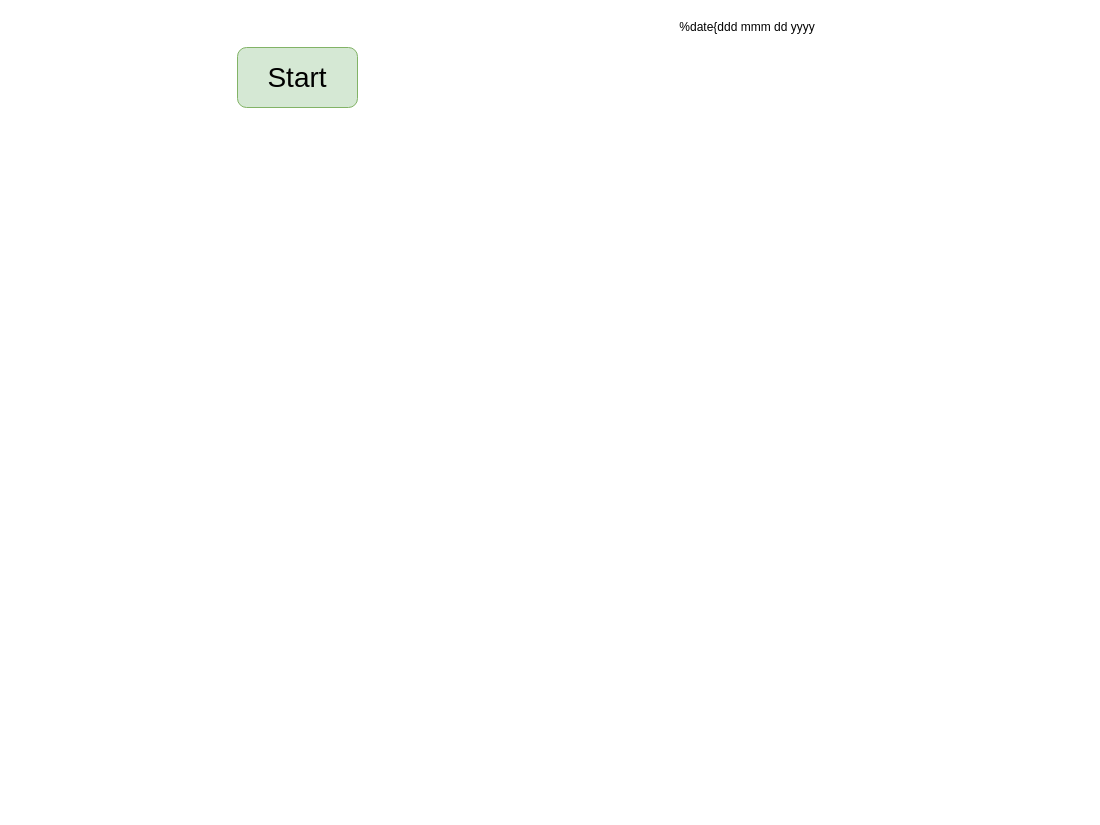
Before: media/Pack_Flow.drawio in Pshock13/shocklp, a draw.io diagram. Source tidied: cells renumbered, new cells numbered last; positions are measured from the earlier drawing's top-left corner, leaving out a move shared by most shapes. Both pictures are drawn from the tidied source at 100%, with x=0, y=0 at pixel (237, 17).
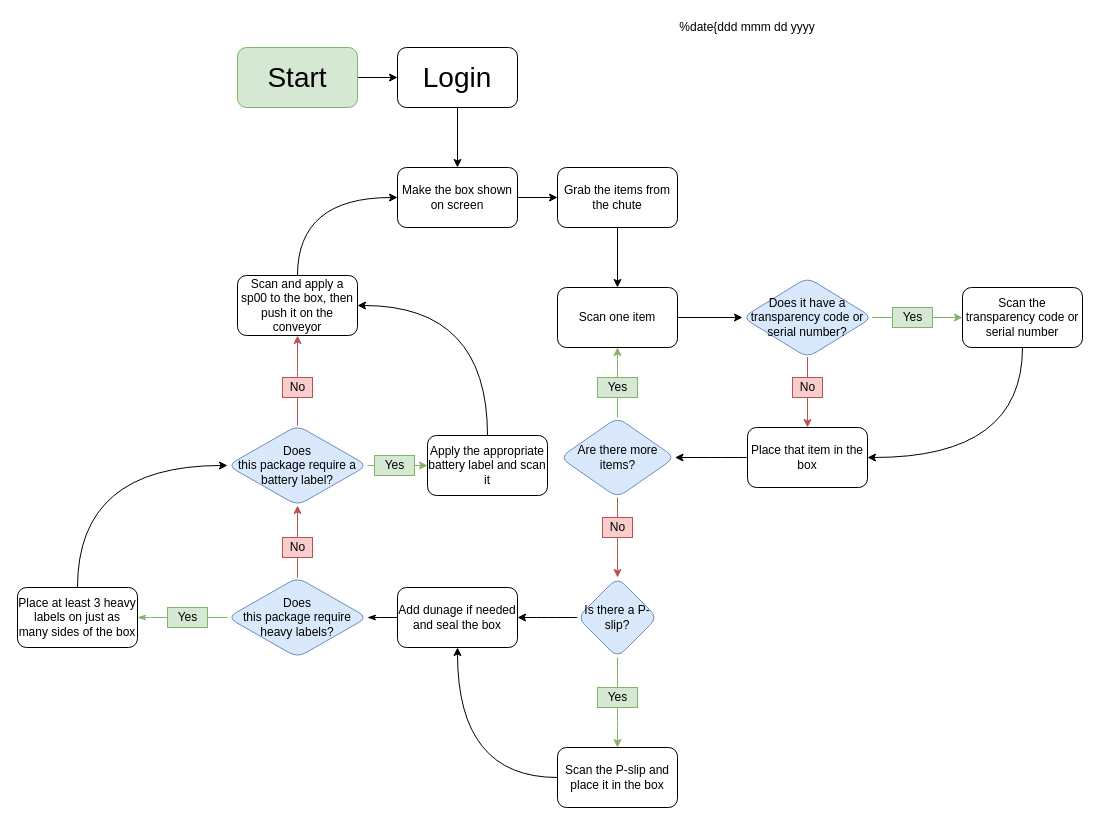
The same diagram, later.

Commit message:
Update Pack_Flow

The change refers to these unchanged cells:
```xml
<mxCell id="3" value="&lt;font style=&quot;font-size: 28px&quot;&gt;Start&lt;/font&gt;" style="rounded=1;whiteSpace=wrap;html=1;fillColor=#d5e8d4;strokeColor=#82b366;" parent="1" vertex="1">
  <mxGeometry y="30" width="120" height="60" as="geometry" />
</mxCell>
```

Diff of the diagram source:
```diff
@@
+    <mxCell id="4" style="edgeStyle=orthogonalEdgeStyle;rounded=0;jettySize=auto;html=1;" parent="1" edge="1" source="3" target="6">
+      <mxGeometry relative="1" as="geometry" />
+    </mxCell>
@@
+    <mxCell id="5" style="edgeStyle=orthogonalEdgeStyle;rounded=0;jettySize=auto;html=1;" parent="1" edge="1" source="6" target="8">
+      <mxGeometry relative="1" as="geometry" />
+    </mxCell>
+    <mxCell id="6" value="&lt;div style=&quot;font-size: 28px&quot;&gt;&lt;font style=&quot;font-size: 28px&quot;&gt;Login&lt;/font&gt;&lt;/div&gt;" style="rounded=1;whiteSpace=wrap;html=1;" parent="1" vertex="1">
+      <mxGeometry x="160" y="30" width="120" height="60" as="geometry" />
+    </mxCell>
+    <mxCell id="7" style="edgeStyle=orthogonalEdgeStyle;rounded=0;jettySize=auto;html=1;" parent="1" edge="1" source="8" target="10">
+      <mxGeometry relative="1" as="geometry" />
+    </mxCell>
+    <mxCell id="8" value="Make the box shown on screen" style="rounded=1;whiteSpace=wrap;html=1;" parent="1" vertex="1">
+      <mxGeometry x="160" y="150" width="120" height="60" as="geometry" />
+    </mxCell>
+    <mxCell id="9" style="edgeStyle=orthogonalEdgeStyle;rounded=0;jettySize=auto;html=1;" parent="1" edge="1" source="10" target="12">
+      <mxGeometry relative="1" as="geometry" />
+    </mxCell>
+    <mxCell id="10" value="Grab the items from the chute" style="rounded=1;whiteSpace=wrap;html=1;" parent="1" vertex="1">
+      <mxGeometry x="320" y="150" width="120" height="60" as="geometry" />
+    </mxCell>
+    <mxCell id="11" style="edgeStyle=orthogonalEdgeStyle;rounded=0;jettySize=auto;html=1;" parent="1" edge="1" source="12" target="15">
+      <mxGeometry relative="1" as="geometry" />
+    </mxCell>
+    <mxCell id="12" value="Scan one item" style="rounded=1;whiteSpace=wrap;html=1;" parent="1" vertex="1">
+      <mxGeometry x="320" y="270" width="120" height="60" as="geometry" />
+    </mxCell>
+    <mxCell id="13" style="edgeStyle=orthogonalEdgeStyle;rounded=0;jettySize=auto;html=1;fillColor=#f8cecc;strokeColor=#b85450;" parent="1" edge="1" source="18" target="17">
+      <mxGeometry relative="1" as="geometry" />
+    </mxCell>
+    <mxCell id="14" style="edgeStyle=orthogonalEdgeStyle;rounded=0;jettySize=auto;html=1;endArrow=classic;endFill=1;fillColor=#d5e8d4;strokeColor=#82b366;" parent="1" edge="1" source="21" target="20">
+      <mxGeometry relative="1" as="geometry" />
+    </mxCell>
+    <mxCell id="15" value="Does it have a transparency code or serial number?" style="rhombus;whiteSpace=wrap;html=1;rounded=1;fillColor=#dae8fc;strokeColor=#6c8ebf;" parent="1" vertex="1">
+      <mxGeometry x="505" y="260" width="130" height="80" as="geometry" />
+    </mxCell>
+    <mxCell id="16" style="edgeStyle=orthogonalEdgeStyle;curved=1;jettySize=auto;html=1;endArrow=classic;endFill=1;" parent="1" edge="1" source="17" target="26">
+      <mxGeometry relative="1" as="geometry" />
+    </mxCell>
+    <mxCell id="17" value="Place that item in the box" style="whiteSpace=wrap;html=1;rounded=1;" parent="1" vertex="1">
+      <mxGeometry x="510" y="410" width="120" height="60" as="geometry" />
+    </mxCell>
+    <mxCell id="18" value="&lt;div&gt;No&lt;/div&gt;" style="text;html=1;align=center;verticalAlign=middle;points=[];fillColor=#f8cecc;strokeColor=#b85450;" parent="1" vertex="1">
+      <mxGeometry x="555" y="360" width="30" height="20" as="geometry" />
+    </mxCell>
+    <mxCell id="19" style="edgeStyle=orthogonalEdgeStyle;rounded=0;jettySize=auto;html=1;endArrow=none;endFill=0;fillColor=#f8cecc;strokeColor=#b85450;" parent="1" edge="1" source="15" target="18">
+      <mxGeometry relative="1" as="geometry" />
+    </mxCell>
+    <mxCell id="20" value="Scan the transparency code or serial number" style="whiteSpace=wrap;html=1;rounded=1;" parent="1" vertex="1">
+      <mxGeometry x="725" y="270" width="120" height="60" as="geometry" />
+    </mxCell>
+    <mxCell id="21" value="Yes" style="text;html=1;align=center;verticalAlign=middle;points=[];fillColor=#d5e8d4;strokeColor=#82b366;" parent="1" vertex="1">
+      <mxGeometry x="655" y="290" width="40" height="20" as="geometry" />
+    </mxCell>
+    <mxCell id="22" style="edgeStyle=orthogonalEdgeStyle;rounded=0;jettySize=auto;html=1;endArrow=none;endFill=0;fillColor=#d5e8d4;strokeColor=#82b366;" parent="1" edge="1" source="15" target="21">
+      <mxGeometry relative="1" as="geometry" />
+    </mxCell>
+    <mxCell id="23" style="endArrow=classic;html=1;edgeStyle=orthogonalEdgeStyle;entryX=1;entryY=0.5;entryDx=0;entryDy=0;curved=1;" parent="1" edge="1" target="17">
+      <mxGeometry relative="1" as="geometry">
+        <mxPoint x="785" y="330" as="sourcePoint" />
+        <Array as="points">
+          <mxPoint x="785" y="440" />
+        </Array>
+      </mxGeometry>
+    </mxCell>
+    <mxCell id="24" style="edgeStyle=orthogonalEdgeStyle;curved=1;jettySize=auto;html=1;endArrow=classic;endFill=1;fillColor=#d5e8d4;strokeColor=#82b366;" parent="1" edge="1" source="27" target="12">
+      <mxGeometry relative="1" as="geometry" />
+    </mxCell>
+    <mxCell id="25" style="edgeStyle=orthogonalEdgeStyle;curved=1;jettySize=auto;html=1;endArrow=classic;endFill=1;fillColor=#f8cecc;strokeColor=#b85450;" parent="1" edge="1" source="32" target="31">
+      <mxGeometry relative="1" as="geometry" />
+    </mxCell>
+    <mxCell id="26" value="Are there more items?" style="rhombus;whiteSpace=wrap;html=1;rounded=1;fillColor=#dae8fc;strokeColor=#6c8ebf;" parent="1" vertex="1">
+      <mxGeometry x="322.5" y="400" width="115" height="80" as="geometry" />
+    </mxCell>
+    <mxCell id="27" value="Yes" style="text;html=1;align=center;verticalAlign=middle;points=[];fillColor=#d5e8d4;strokeColor=#82b366;" parent="1" vertex="1">
+      <mxGeometry x="360" y="360" width="40" height="20" as="geometry" />
+    </mxCell>
+    <mxCell id="28" style="edgeStyle=orthogonalEdgeStyle;curved=1;jettySize=auto;html=1;endArrow=none;endFill=0;fillColor=#d5e8d4;strokeColor=#82b366;" parent="1" edge="1" source="26" target="27">
+      <mxGeometry relative="1" as="geometry" />
+    </mxCell>
+    <mxCell id="29" style="edgeStyle=orthogonalEdgeStyle;curved=1;jettySize=auto;html=1;endArrow=classic;endFill=1;" parent="1" edge="1" source="31" target="35">
+      <mxGeometry relative="1" as="geometry" />
+    </mxCell>
+    <mxCell id="30" style="edgeStyle=orthogonalEdgeStyle;curved=1;jettySize=auto;html=1;endArrow=classic;endFill=1;fillColor=#d5e8d4;strokeColor=#82b366;" parent="1" edge="1" source="37" target="36">
+      <mxGeometry relative="1" as="geometry" />
+    </mxCell>
+    <mxCell id="31" value="Is there a P-slip?" style="rhombus;whiteSpace=wrap;html=1;rounded=1;strokeColor=#6c8ebf;fillColor=#dae8fc;" parent="1" vertex="1">
+      <mxGeometry x="340" y="560" width="80" height="80" as="geometry" />
+    </mxCell>
+    <mxCell id="32" value="&lt;div&gt;No&lt;/div&gt;" style="text;html=1;align=center;verticalAlign=middle;points=[];fillColor=#f8cecc;strokeColor=#b85450;" parent="1" vertex="1">
+      <mxGeometry x="365" y="500" width="30" height="20" as="geometry" />
+    </mxCell>
+    <mxCell id="33" style="edgeStyle=orthogonalEdgeStyle;curved=1;jettySize=auto;html=1;endArrow=none;endFill=0;fillColor=#f8cecc;strokeColor=#b85450;" parent="1" edge="1" source="26" target="32">
+      <mxGeometry relative="1" as="geometry" />
+    </mxCell>
+    <mxCell id="34" style="edgeStyle=orthogonalEdgeStyle;curved=1;jettySize=auto;html=1;endArrow=classicThin;endFill=1;" parent="1" edge="1" source="35" target="42">
+      <mxGeometry relative="1" as="geometry" />
+    </mxCell>
+    <mxCell id="35" value="Add dunage if needed and seal the box" style="whiteSpace=wrap;html=1;rounded=1;" parent="1" vertex="1">
+      <mxGeometry x="160" y="570" width="120" height="60" as="geometry" />
+    </mxCell>
+    <mxCell id="36" value="Scan the P-slip and place it in the box" style="whiteSpace=wrap;html=1;rounded=1;" parent="1" vertex="1">
+      <mxGeometry x="320" y="730" width="120" height="60" as="geometry" />
+    </mxCell>
+    <mxCell id="37" value="Yes" style="text;html=1;align=center;verticalAlign=middle;points=[];fillColor=#d5e8d4;strokeColor=#82b366;" parent="1" vertex="1">
+      <mxGeometry x="360" y="670" width="40" height="20" as="geometry" />
+    </mxCell>
+    <mxCell id="38" style="edgeStyle=orthogonalEdgeStyle;curved=1;jettySize=auto;html=1;endArrow=none;endFill=0;fillColor=#d5e8d4;strokeColor=#82b366;" parent="1" edge="1" source="31" target="37">
+      <mxGeometry relative="1" as="geometry" />
+    </mxCell>
+    <mxCell id="39" style="curved=1;endArrow=classic;html=1;exitX=0;exitY=0.5;exitDx=0;exitDy=0;entryX=0.5;entryY=1;entryDx=0;entryDy=0;" parent="1" edge="1" source="36" target="35">
+      <mxGeometry relative="1" as="geometry">
+        <Array as="points">
+          <mxPoint x="220" y="760" />
+        </Array>
+      </mxGeometry>
+    </mxCell>
+    <mxCell id="40" style="edgeStyle=orthogonalEdgeStyle;curved=1;jettySize=auto;html=1;endArrow=classicThin;endFill=1;fillColor=#d5e8d4;strokeColor=#82b366;" parent="1" edge="1" source="44" target="43">
+      <mxGeometry relative="1" as="geometry" />
+    </mxCell>
+    <mxCell id="41" style="edgeStyle=orthogonalEdgeStyle;curved=1;jettySize=auto;html=1;endArrow=none;endFill=0;fillColor=#f8cecc;strokeColor=#b85450;" parent="1" edge="1" source="50">
+      <mxGeometry relative="1" as="geometry">
+        <mxPoint x="60" y="490" as="targetPoint" />
+      </mxGeometry>
+    </mxCell>
+    <mxCell id="42" value="&lt;div&gt;Does&lt;/div&gt;&lt;div&gt;this package require heavy labels?&lt;/div&gt;" style="rhombus;whiteSpace=wrap;html=1;rounded=1;fillColor=#dae8fc;strokeColor=#6c8ebf;" parent="1" vertex="1">
+      <mxGeometry x="-10" y="560" width="140" height="80" as="geometry" />
+    </mxCell>
+    <mxCell id="43" value="Place at least 3 heavy labels on just as many sides of the box" style="whiteSpace=wrap;html=1;rounded=1;" parent="1" vertex="1">
+      <mxGeometry x="-220" y="570" width="120" height="60" as="geometry" />
+    </mxCell>
+    <mxCell id="44" value="Yes" style="text;html=1;align=center;verticalAlign=middle;points=[];fillColor=#d5e8d4;strokeColor=#82b366;" parent="1" vertex="1">
+      <mxGeometry x="-70" y="590" width="40" height="20" as="geometry" />
+    </mxCell>
+    <mxCell id="45" style="edgeStyle=orthogonalEdgeStyle;curved=1;jettySize=auto;html=1;endArrow=none;endFill=0;fillColor=#d5e8d4;strokeColor=#82b366;" parent="1" edge="1" source="42" target="44">
+      <mxGeometry relative="1" as="geometry" />
+    </mxCell>
+    <mxCell id="46" style="edgeStyle=orthogonalEdgeStyle;curved=1;jettySize=auto;html=1;endArrow=classic;endFill=1;fillColor=#f8cecc;strokeColor=#b85450;" parent="1" edge="1" source="57" target="53">
+      <mxGeometry relative="1" as="geometry" />
+    </mxCell>
+    <mxCell id="47" style="edgeStyle=orthogonalEdgeStyle;curved=1;jettySize=auto;html=1;endArrow=classic;endFill=1;fillColor=#d5e8d4;strokeColor=#82b366;" parent="1" edge="1" source="55" target="54">
+      <mxGeometry relative="1" as="geometry" />
+    </mxCell>
+    <mxCell id="48" value="&lt;div&gt;Does&lt;/div&gt;&lt;div&gt;this package require a&lt;/div&gt;&lt;div&gt;battery label?&lt;/div&gt;" style="rhombus;whiteSpace=wrap;html=1;rounded=1;fillColor=#dae8fc;strokeColor=#6c8ebf;" parent="1" vertex="1">
+      <mxGeometry x="-10" y="408" width="140" height="80" as="geometry" />
+    </mxCell>
+    <mxCell id="49" style="edgeStyle=orthogonalEdgeStyle;curved=1;jettySize=auto;html=1;endArrow=classic;endFill=1;fillColor=#f8cecc;strokeColor=#b85450;" parent="1" edge="1" source="50" target="48">
+      <mxGeometry relative="1" as="geometry" />
+    </mxCell>
+    <mxCell id="50" value="&lt;div&gt;No&lt;/div&gt;" style="text;html=1;align=center;verticalAlign=middle;points=[];fillColor=#f8cecc;strokeColor=#b85450;" parent="1" vertex="1">
+      <mxGeometry x="45" y="520" width="30" height="20" as="geometry" />
+    </mxCell>
+    <mxCell id="51" style="edgeStyle=orthogonalEdgeStyle;curved=1;jettySize=auto;html=1;endArrow=none;endFill=0;fillColor=#f8cecc;strokeColor=#b85450;" parent="1" edge="1" source="42" target="50">
+      <mxGeometry relative="1" as="geometry" />
+    </mxCell>
+    <mxCell id="52" style="endArrow=classic;html=1;entryX=0;entryY=0.5;entryDx=0;entryDy=0;exitX=0.5;exitY=0;exitDx=0;exitDy=0;curved=1;" parent="1" edge="1" source="43" target="48">
+      <mxGeometry relative="1" as="geometry">
+        <Array as="points">
+          <mxPoint x="-160" y="448" />
+        </Array>
+      </mxGeometry>
+    </mxCell>
+    <mxCell id="53" value="Scan and apply a sp00 to the box, then push it on the conveyor" style="whiteSpace=wrap;html=1;rounded=1;" parent="1" vertex="1">
+      <mxGeometry y="258" width="120" height="60" as="geometry" />
+    </mxCell>
+    <mxCell id="54" value="Apply the appropriate battery label and scan it" style="whiteSpace=wrap;html=1;rounded=1;" parent="1" vertex="1">
+      <mxGeometry x="190" y="418" width="120" height="60" as="geometry" />
+    </mxCell>
+    <mxCell id="55" value="Yes" style="text;html=1;align=center;verticalAlign=middle;points=[];fillColor=#d5e8d4;strokeColor=#82b366;" parent="1" vertex="1">
+      <mxGeometry x="137" y="438" width="40" height="20" as="geometry" />
+    </mxCell>
+    <mxCell id="56" style="edgeStyle=orthogonalEdgeStyle;curved=1;jettySize=auto;html=1;endArrow=none;endFill=0;fillColor=#d5e8d4;strokeColor=#82b366;" parent="1" edge="1" source="48" target="55">
+      <mxGeometry relative="1" as="geometry">
+        <Array as="points">
+          <mxPoint x="137" y="448" />
+          <mxPoint x="137" y="448" />
+        </Array>
+      </mxGeometry>
+    </mxCell>
+    <mxCell id="57" value="&lt;div&gt;No&lt;/div&gt;" style="text;html=1;align=center;verticalAlign=middle;points=[];fillColor=#f8cecc;strokeColor=#b85450;" parent="1" vertex="1">
+      <mxGeometry x="45" y="360" width="30" height="20" as="geometry" />
+    </mxCell>
+    <mxCell id="58" style="edgeStyle=orthogonalEdgeStyle;curved=1;jettySize=auto;html=1;endArrow=none;endFill=0;fillColor=#f8cecc;strokeColor=#b85450;" parent="1" edge="1" source="48" target="57">
+      <mxGeometry relative="1" as="geometry" />
+    </mxCell>
+    <mxCell id="59" style="endArrow=classic;html=1;exitX=0.5;exitY=0;exitDx=0;exitDy=0;entryX=1;entryY=0.5;entryDx=0;entryDy=0;curved=1;" parent="1" edge="1" source="54" target="53">
+      <mxGeometry relative="1" as="geometry">
+        <Array as="points">
+          <mxPoint x="250" y="288" />
+        </Array>
+      </mxGeometry>
+    </mxCell>
+    <mxCell id="60" style="endArrow=classic;html=1;exitX=0.5;exitY=0;exitDx=0;exitDy=0;entryX=0;entryY=0.5;entryDx=0;entryDy=0;curved=1;" parent="1" edge="1" source="53" target="8">
+      <mxGeometry relative="1" as="geometry">
+        <Array as="points">
+          <mxPoint x="60" y="180" />
+        </Array>
+      </mxGeometry>
+    </mxCell>
```
